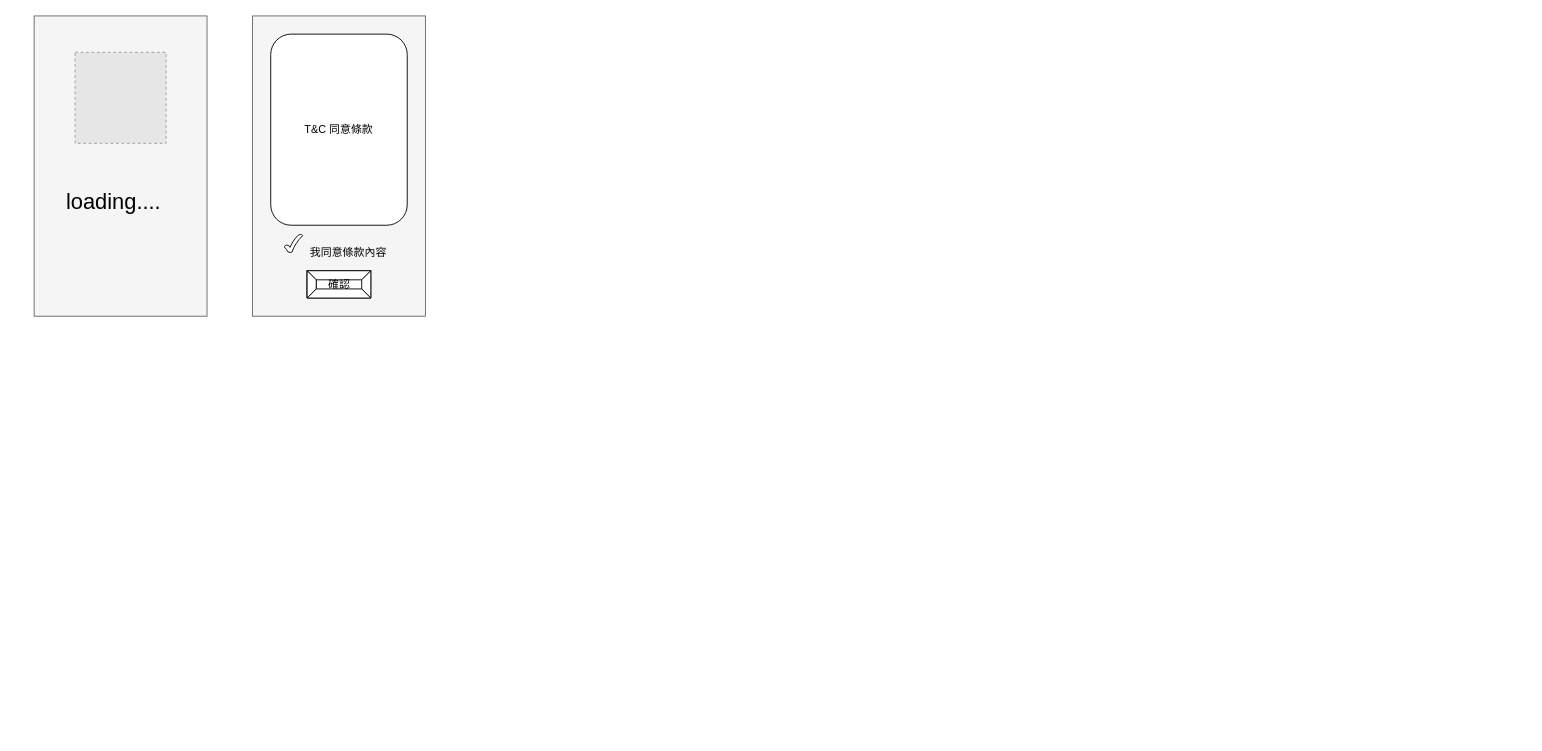
This is 未命名圖表.drawio from ChihLin8168/newDrawio, a draw.io file, before an edit. Source tidied: cells renumbered, new cells numbered last; positions are measured from the earlier drawing's top-left corner, leaving out a move shared by most shapes. Both pictures are drawn from the tidied source at 91%, with x=0, y=0 at pixel (34, 15). Pictures stored in the file or linked from it are replaced by grey dashed boxes.
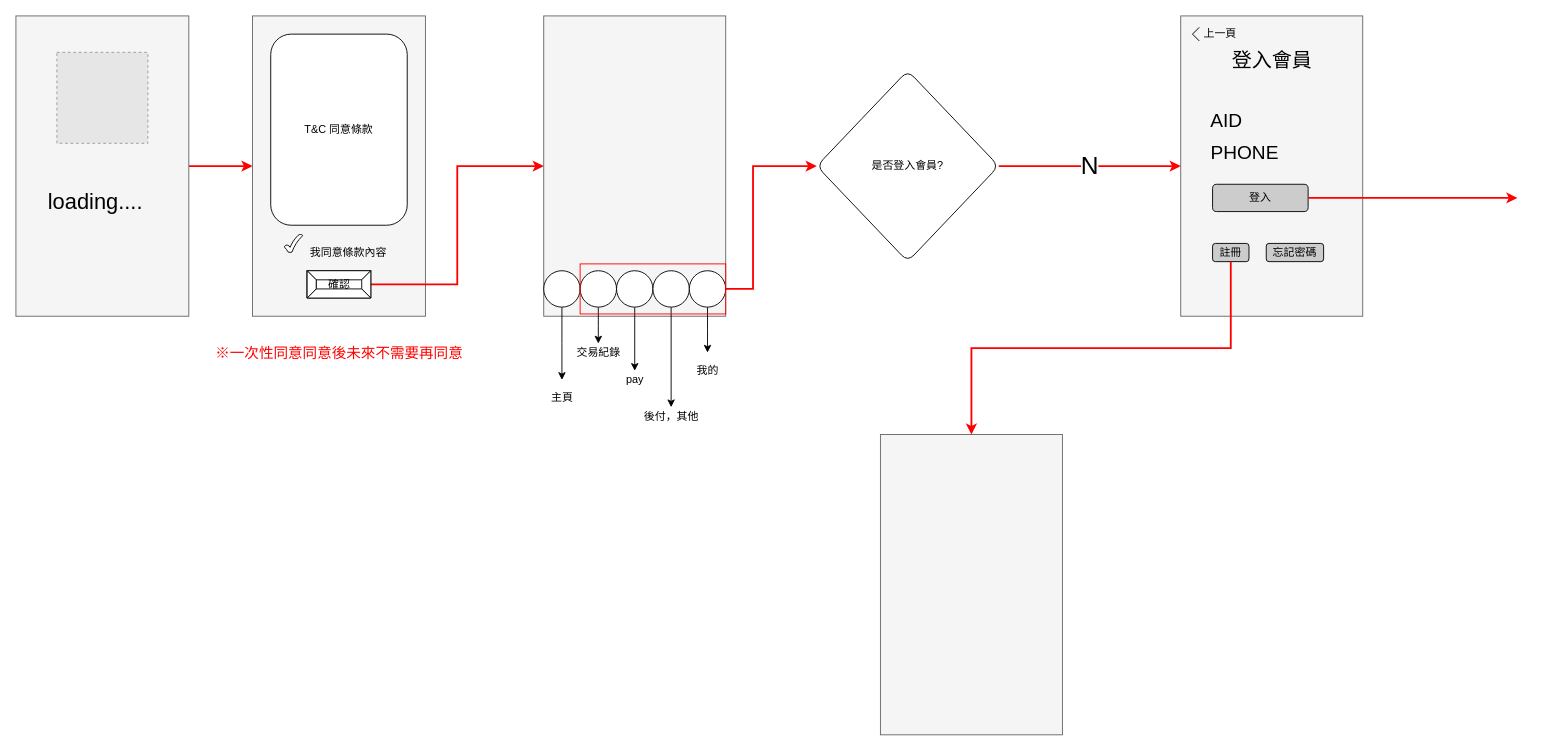
Above is the later version.

Commit message (it also covers changes not shown here):
更新未命名圖表.drawio

The change refers to these unchanged cells:
```xml
<mxCell id="5" style="rounded=0;whiteSpace=wrap;html=1;strokeColor=#666666;fillColor=#f5f5f5;fontColor=#333333;" parent="1" vertex="1">
  <mxGeometry x="240" width="190" height="330" as="geometry" />
</mxCell>
<mxCell id="9" value="確認" style="labelPosition=center;verticalLabelPosition=middle;align=center;html=1;shape=mxgraph.basic.button;dx=10;rounded=1;glass=0;sketch=0;strokeColor=default;strokeWidth=1;fillColor=default;gradientDirection=south;" parent="1" vertex="1">
  <mxGeometry x="300" y="280" width="70" height="30" as="geometry" />
</mxCell>
```

The edit, as a diff of the source:
```diff
@@
+    <mxCell id="10" style="edgeStyle=orthogonalEdgeStyle;rounded=0;jettySize=auto;html=1;strokeColor=#FF0000;strokeWidth=2;" parent="1" edge="1" source="2" target="5">
+      <mxGeometry relative="1" as="geometry" />
+    </mxCell>
     <mxCell id="2" style="rounded=0;whiteSpace=wrap;html=1;strokeColor=#666666;fillColor=#f5f5f5;fontColor=#333333;" parent="1" vertex="1">
-      <mxGeometry width="190" height="330" as="geometry" />
+      <mxGeometry x="-20" width="190" height="330" as="geometry" />
     </mxCell>
     <mxCell id="3" style="fillColor=#E6E6E6;strokeColor=#999999;dashed=1;verticalLabelPosition=bottom;labelBackgroundColor=#ffffff;verticalAlign=top;" parent="1" vertex="1">
-      <mxGeometry x="45" y="40" width="100" height="100" as="geometry" />
+      <mxGeometry x="25" y="40" width="100" height="100" as="geometry" />
     </mxCell>
     <mxCell id="4" value="&lt;font style=&quot;font-size: 24px&quot;&gt;loading....&lt;/font&gt;" style="text;html=1;strokeColor=none;fillColor=none;align=center;verticalAlign=middle;whiteSpace=wrap;rounded=0;sketch=1;strokeWidth=2;" parent="1" vertex="1">
-      <mxGeometry x="45" y="180" width="85" height="50" as="geometry" />
+      <mxGeometry x="25" y="180" width="85" height="50" as="geometry" />
     </mxCell>
@@
+    <mxCell id="11" style="edgeStyle=orthogonalEdgeStyle;rounded=0;jettySize=auto;html=1;strokeColor=#FF0000;strokeWidth=2;" parent="1" edge="1" source="9" target="14">
+      <mxGeometry relative="1" as="geometry" />
+    </mxCell>
@@
+    <mxCell id="12" value="&lt;font color=&quot;#ff0000&quot; style=&quot;font-size: 16px&quot;&gt;※一次性同意同意後未來不需要再同意&lt;/font&gt;" style="text;html=1;align=center;verticalAlign=middle;strokeColor=none;fillColor=none;" parent="1" vertex="1">
+      <mxGeometry x="190" y="360" width="290" height="20" as="geometry" />
+    </mxCell>
+    <mxCell id="13" style="group;" parent="1" vertex="1">
+      <mxGeometry x="560" width="230" height="470" as="geometry" />
+    </mxCell>
+    <mxCell id="14" style="rounded=0;whiteSpace=wrap;html=1;strokeColor=#666666;fillColor=#f5f5f5;fontColor=#333333;" parent="13" vertex="1">
+      <mxGeometry width="200" height="330" as="geometry" />
+    </mxCell>
+    <mxCell id="15" style="edgeStyle=orthogonalEdgeStyle;rounded=0;jettySize=auto;html=1;" parent="13" edge="1" source="16">
+      <mxGeometry as="geometry">
+        <mxPoint x="20" y="400" as="targetPoint" />
+      </mxGeometry>
+    </mxCell>
+    <mxCell id="16" style="ellipse;whiteSpace=wrap;html=1;rounded=1;glass=0;sketch=0;strokeColor=default;strokeWidth=1;fillColor=default;gradientDirection=south;" parent="13" vertex="1">
+      <mxGeometry y="280" width="40" height="40" as="geometry" />
+    </mxCell>
+    <mxCell id="17" style="edgeStyle=orthogonalEdgeStyle;rounded=0;jettySize=auto;html=1;" parent="13" edge="1" source="18">
+      <mxGeometry as="geometry">
+        <mxPoint x="100" y="390" as="targetPoint" />
+      </mxGeometry>
+    </mxCell>
+    <mxCell id="18" style="ellipse;whiteSpace=wrap;html=1;rounded=1;glass=0;sketch=0;strokeColor=default;strokeWidth=1;fillColor=default;gradientDirection=south;" parent="13" vertex="1">
+      <mxGeometry x="80" y="280" width="40" height="40" as="geometry" />
+    </mxCell>
+    <mxCell id="19" style="edgeStyle=orthogonalEdgeStyle;rounded=0;jettySize=auto;html=1;" parent="13" edge="1" source="20">
+      <mxGeometry as="geometry">
+        <mxPoint x="140" y="430" as="targetPoint" />
+      </mxGeometry>
+    </mxCell>
+    <mxCell id="20" style="ellipse;whiteSpace=wrap;html=1;rounded=1;glass=0;sketch=0;strokeColor=default;strokeWidth=1;fillColor=default;gradientDirection=south;" parent="13" vertex="1">
+      <mxGeometry x="120" y="280" width="40" height="40" as="geometry" />
+    </mxCell>
+    <mxCell id="21" style="edgeStyle=orthogonalEdgeStyle;rounded=0;jettySize=auto;html=1;" parent="13" edge="1" source="22">
+      <mxGeometry as="geometry">
+        <mxPoint x="180" y="370" as="targetPoint" />
+      </mxGeometry>
+    </mxCell>
+    <mxCell id="22" style="ellipse;whiteSpace=wrap;html=1;rounded=1;glass=0;sketch=0;strokeColor=default;strokeWidth=1;fillColor=default;gradientDirection=south;" parent="13" vertex="1">
+      <mxGeometry x="160" y="280" width="40" height="40" as="geometry" />
+    </mxCell>
+    <mxCell id="23" style="edgeStyle=orthogonalEdgeStyle;rounded=0;jettySize=auto;html=1;" parent="13" edge="1" source="24">
+      <mxGeometry as="geometry">
+        <mxPoint x="60" y="360" as="targetPoint" />
+      </mxGeometry>
+    </mxCell>
+    <mxCell id="24" style="ellipse;whiteSpace=wrap;html=1;rounded=1;glass=0;sketch=0;strokeColor=default;strokeWidth=1;fillColor=default;gradientDirection=south;" parent="13" vertex="1">
+      <mxGeometry x="40" y="280" width="40" height="40" as="geometry" />
+    </mxCell>
+    <mxCell id="25" value="主頁" style="text;html=1;align=center;verticalAlign=middle;strokeColor=none;fillColor=none;rotation=0;" parent="13" vertex="1">
+      <mxGeometry y="410" width="40" height="20" as="geometry" />
+    </mxCell>
+    <mxCell id="26" value="交易紀錄" style="text;html=1;align=center;verticalAlign=middle;strokeColor=none;fillColor=none;rotation=0;" parent="13" vertex="1">
+      <mxGeometry x="30" y="360" width="60" height="20" as="geometry" />
+    </mxCell>
+    <mxCell id="27" value="pay" style="text;html=1;align=center;verticalAlign=middle;strokeColor=none;fillColor=none;" parent="13" vertex="1">
+      <mxGeometry x="80" y="390" width="40" height="20" as="geometry" />
+    </mxCell>
+    <mxCell id="28" value="後付，其他" style="text;html=1;align=center;verticalAlign=middle;strokeColor=none;fillColor=none;" parent="13" vertex="1">
+      <mxGeometry x="100" y="430" width="80" height="20" as="geometry" />
+    </mxCell>
+    <mxCell id="29" value="我的" style="text;html=1;align=center;verticalAlign=middle;strokeColor=none;fillColor=none;" parent="13" vertex="1">
+      <mxGeometry x="160" y="380" width="40" height="20" as="geometry" />
+    </mxCell>
+    <mxCell id="30" style="rounded=0;whiteSpace=wrap;html=1;glass=0;sketch=0;strokeColor=#FF0000;strokeWidth=1;fillColor=none;gradientDirection=south;" parent="13" vertex="1">
+      <mxGeometry x="40" y="272.5" width="160" height="55" as="geometry" />
+    </mxCell>
+    <mxCell id="31" style="edgeStyle=orthogonalEdgeStyle;rounded=0;jettySize=auto;html=1;strokeColor=#FF0000;strokeWidth=2;" parent="1" edge="1" source="30" target="33">
+      <mxGeometry relative="1" as="geometry">
+        <Array as="points">
+          <mxPoint x="790" y="300" />
+          <mxPoint x="790" y="165" />
+        </Array>
+      </mxGeometry>
+    </mxCell>
+    <mxCell id="32" value="&lt;font style=&quot;font-size: 27px&quot;&gt;N&lt;/font&gt;" style="rounded=0;jettySize=auto;html=1;strokeColor=#FF0000;strokeWidth=2;" parent="1" edge="1" source="33" target="36">
+      <mxGeometry relative="1" as="geometry" />
+    </mxCell>
+    <mxCell id="33" value="是否登入會員?" style="rhombus;whiteSpace=wrap;html=1;rounded=1;glass=0;sketch=0;strokeColor=default;strokeWidth=1;fillColor=default;gradientDirection=south;" parent="1" vertex="1">
+      <mxGeometry x="860" y="60" width="200" height="210" as="geometry" />
+    </mxCell>
+    <mxCell id="34" style="rounded=0;whiteSpace=wrap;html=1;strokeColor=#666666;fillColor=#f5f5f5;fontColor=#333333;" parent="1" vertex="1">
+      <mxGeometry x="930" y="460" width="200" height="330" as="geometry" />
+    </mxCell>
+    <mxCell id="35" style="group;" parent="1" vertex="1">
+      <mxGeometry x="1260" width="200" height="330" as="geometry" />
+    </mxCell>
+    <mxCell id="36" style="rounded=0;whiteSpace=wrap;html=1;strokeColor=#666666;fillColor=#f5f5f5;fontColor=#333333;" parent="35" vertex="1">
+      <mxGeometry width="200" height="330" as="geometry" />
+    </mxCell>
+    <mxCell id="37" style="group;" parent="35" vertex="1">
+      <mxGeometry x="12.9" y="10" width="55.1" height="20" as="geometry" />
+    </mxCell>
+    <mxCell id="38" style="shape=partialRectangle;whiteSpace=wrap;html=1;top=0;left=0;fillColor=none;rounded=1;glass=0;sketch=0;strokeColor=#000000;strokeWidth=1;rotation=-225;" parent="37" vertex="1">
+      <mxGeometry x="2.1" y="5" width="10" height="10" as="geometry" />
+    </mxCell>
+    <mxCell id="39" value="上一頁" style="text;html=1;align=center;verticalAlign=middle;strokeColor=none;fillColor=none;" parent="37" vertex="1">
+      <mxGeometry x="5.1" width="50" height="20" as="geometry" />
+    </mxCell>
+    <mxCell id="40" value="&lt;font style=&quot;font-size: 21px&quot;&gt;AID&lt;/font&gt;" style="text;html=1;align=center;verticalAlign=middle;strokeColor=none;fillColor=none;rounded=0;" parent="35" vertex="1">
+      <mxGeometry x="25" y="105" width="50" height="20" as="geometry" />
+    </mxCell>
+    <mxCell id="41" value="&lt;span style=&quot;font-size: 21px&quot;&gt;PHONE&lt;/span&gt;" style="text;html=1;align=center;verticalAlign=middle;strokeColor=none;fillColor=none;rounded=0;" parent="35" vertex="1">
+      <mxGeometry x="25" y="140" width="90" height="20" as="geometry" />
+    </mxCell>
+    <mxCell id="42" value="登入" style="rounded=1;whiteSpace=wrap;html=1;glass=0;sketch=0;strokeColor=default;strokeWidth=1;fillColor=#CCCCCC;gradientDirection=south;" parent="35" vertex="1">
+      <mxGeometry x="35" y="185" width="105" height="30" as="geometry" />
+    </mxCell>
+    <mxCell id="43" value="註冊" style="rounded=1;whiteSpace=wrap;html=1;glass=0;sketch=0;strokeColor=default;strokeWidth=1;fillColor=#CCCCCC;gradientDirection=south;" parent="35" vertex="1">
+      <mxGeometry x="35" y="250" width="40" height="20" as="geometry" />
+    </mxCell>
+    <mxCell id="44" value="忘記密碼" style="rounded=1;whiteSpace=wrap;html=1;glass=0;sketch=0;strokeColor=default;strokeWidth=1;fillColor=#CCCCCC;gradientDirection=south;" parent="35" vertex="1">
+      <mxGeometry x="94" y="250" width="63" height="20" as="geometry" />
+    </mxCell>
+    <mxCell id="45" value="&lt;font style=&quot;font-size: 22px&quot;&gt;登入會員&lt;/font&gt;" style="text;html=1;align=center;verticalAlign=middle;strokeColor=none;fillColor=none;" parent="35" vertex="1">
+      <mxGeometry x="50" y="40" width="100" height="20" as="geometry" />
+    </mxCell>
+    <mxCell id="46" style="edgeStyle=elbowEdgeStyle;rounded=0;jettySize=auto;html=1;strokeColor=#FF0000;strokeWidth=2;elbow=vertical;" parent="1" edge="1" source="43" target="34">
+      <mxGeometry relative="1" as="geometry" />
+    </mxCell>
+    <mxCell id="47" style="edgeStyle=elbowEdgeStyle;rounded=0;jettySize=auto;elbow=vertical;html=1;strokeColor=#FF0000;strokeWidth=2;" parent="1" edge="1" source="42">
+      <mxGeometry relative="1" as="geometry">
+        <mxPoint x="1630" y="200" as="targetPoint" />
+      </mxGeometry>
+    </mxCell>
```
